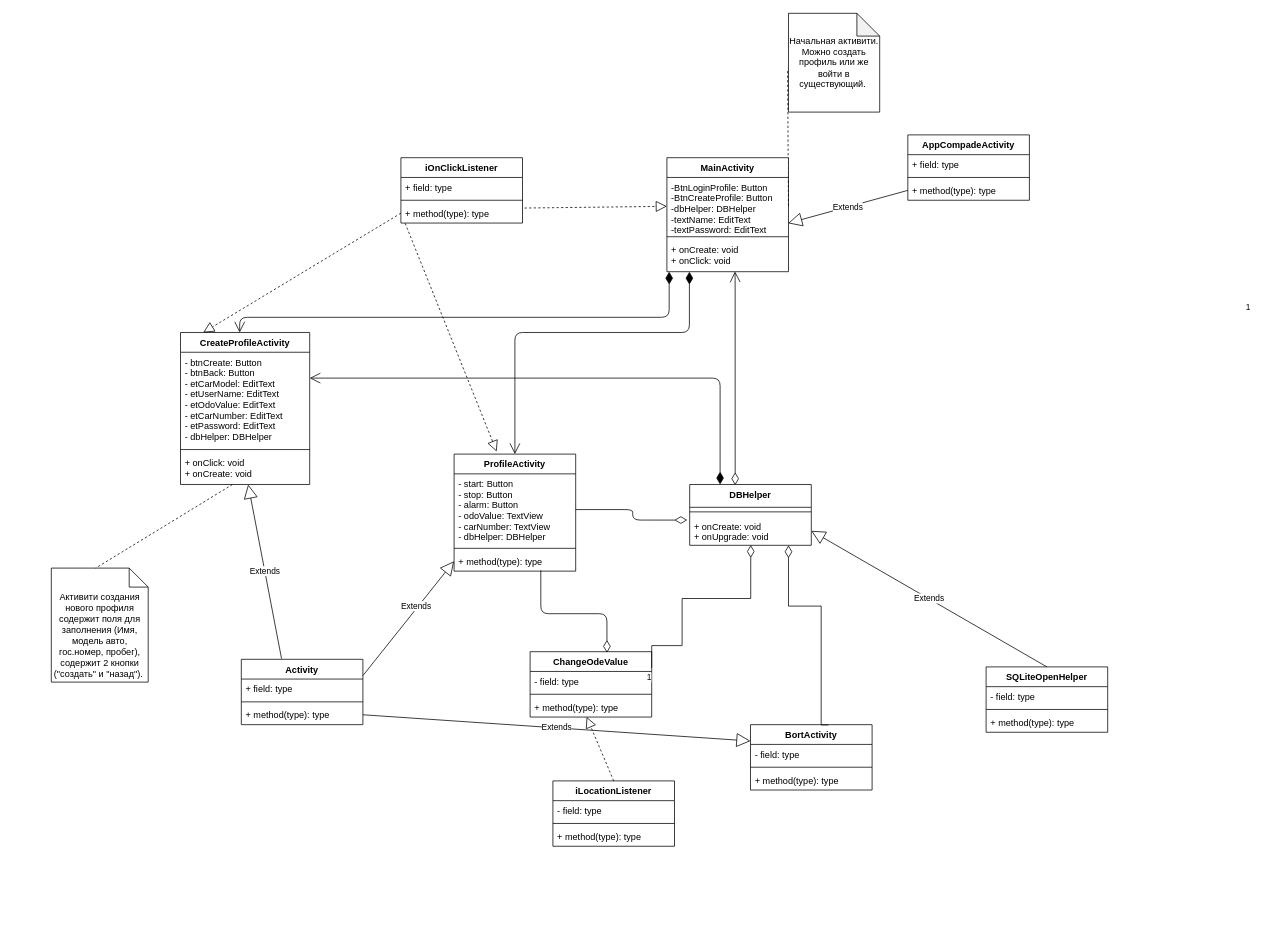
Earlier version of the draw.io diagram ClassDiagram.drawio (Ye11ow9896/Course_project). Source tidied: cells renumbered, new cells numbered last; positions are measured from the earlier drawing's top-left corner, leaving out a move shared by most shapes. Both pictures are drawn from the tidied source at 76%, with x=0, y=0 at pixel (51, 13).
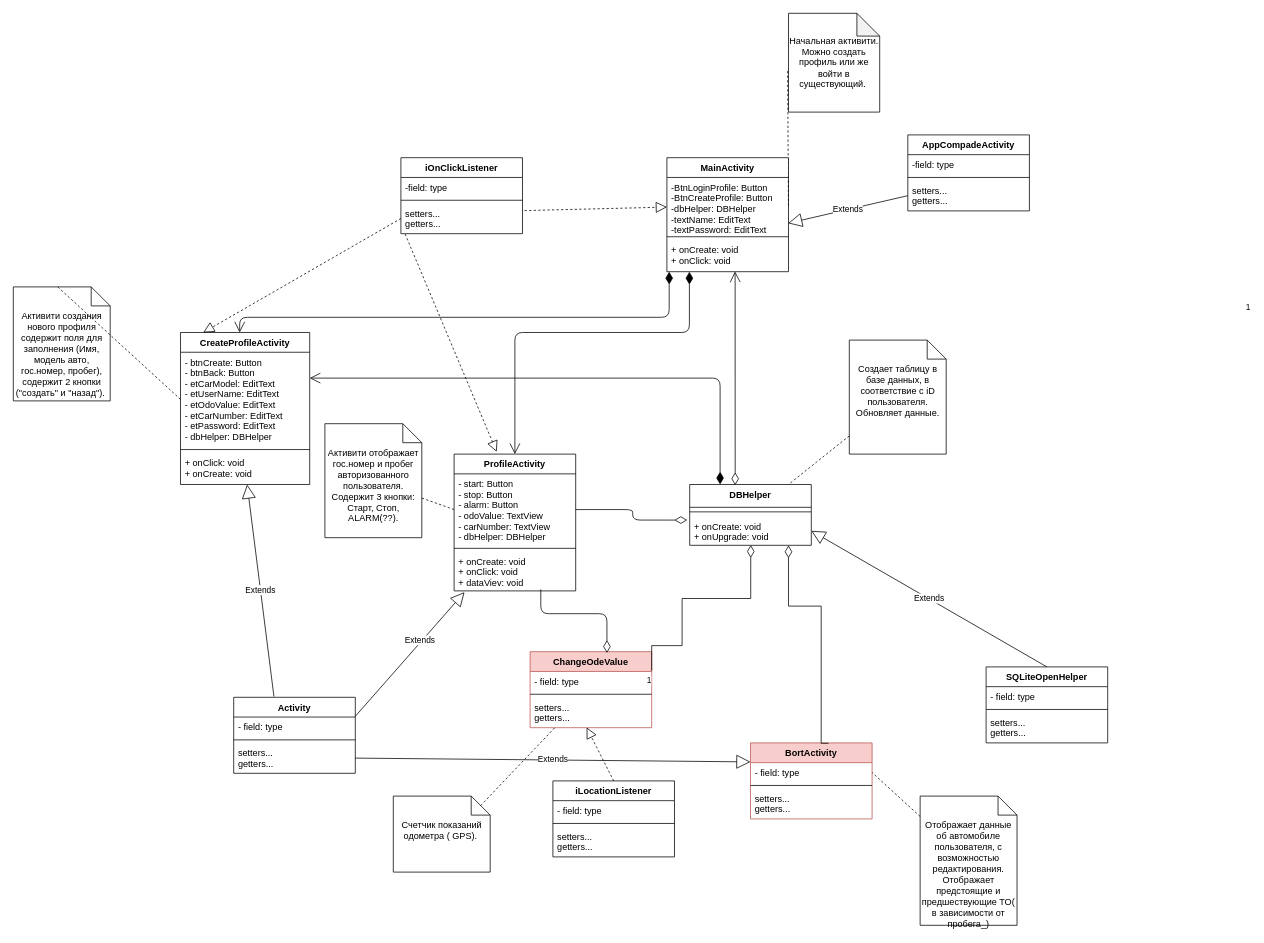
The same page after the edit.

The change refers to these unchanged cells:
```xml
<mxCell id="6" value="- start: Button&#10;- stop: Button&#10;- alarm: Button&#10;- odoValue: TextView&#10;- carNumber: TextView&#10;- dbHelper: DBHelper" style="text;strokeColor=none;fillColor=none;align=left;verticalAlign=top;spacingLeft=4;spacingRight=4;overflow=hidden;points=[[0,0.5],[1,0.5]];portConstraint=eastwest;" parent="5" vertex="1">
  <mxGeometry y="26" width="160" height="94" as="geometry" />
</mxCell>
<mxCell id="10" value="- btnCreate: Button&#10;- btnBack: Button&#10;- etCarModel: EditText&#10;- etUserName: EditText&#10;- etOdoValue: EditText&#10;- etCarNumber: EditText&#10;- etPassword: EditText&#10;- dbHelper: DBHelper" style="text;strokeColor=none;fillColor=none;align=left;verticalAlign=top;spacingLeft=4;spacingRight=4;overflow=hidden;points=[[0,0.5],[1,0.5]];portConstraint=eastwest;" parent="9" vertex="1">
  <mxGeometry y="26" width="170" height="124" as="geometry" />
</mxCell>
<mxCell id="12" value="+ onClick: void&#10;+ onCreate: void" style="text;strokeColor=none;fillColor=none;align=left;verticalAlign=top;spacingLeft=4;spacingRight=4;overflow=hidden;points=[[0,0.5],[1,0.5]];portConstraint=eastwest;" parent="9" vertex="1">
  <mxGeometry y="158" width="170" height="42" as="geometry" />
</mxCell>
<mxCell id="18" value="DBHelper" style="swimlane;fontStyle=1;align=center;verticalAlign=top;horizontal=1;startSize=30;" parent="1" vertex="1">
  <mxGeometry x="840" y="620" width="160" height="80" as="geometry" />
</mxCell>
<mxCell id="34" value="- field: type" style="text;strokeColor=none;fillColor=none;align=left;verticalAlign=top;spacingLeft=4;spacingRight=4;overflow=hidden;points=[[0,0.5],[1,0.5]];portConstraint=eastwest;" parent="33" vertex="1">
  <mxGeometry y="26" width="160" height="26" as="geometry" />
</mxCell>
```

The edit, as a diff of the source:
```diff
@@
     <mxCell id="5" value="ProfileActivity" style="swimlane;fontStyle=1;align=center;verticalAlign=top;horizontal=1;startSize=26;" parent="1" vertex="1">
-      <mxGeometry x="530" y="580" width="160" height="154" as="geometry" />
+      <mxGeometry x="530" y="580" width="160" height="180" as="geometry" />
     </mxCell>
@@
-    <mxCell id="8" value="+ method(type): type" style="text;strokeColor=none;fillColor=none;align=left;verticalAlign=top;spacingLeft=4;spacingRight=4;overflow=hidden;points=[[0,0.5],[1,0.5]];portConstraint=eastwest;" parent="5" vertex="1">
-      <mxGeometry y="128" width="160" height="26" as="geometry" />
+    <mxCell id="8" value="+ onCreate: void&#10;+ onClick: void&#10;+ dataViev: void" style="text;strokeColor=none;fillColor=none;align=left;verticalAlign=top;spacingLeft=4;spacingRight=4;overflow=hidden;points=[[0,0.5],[1,0.5]];portConstraint=eastwest;" parent="5" vertex="1">
+      <mxGeometry y="128" width="160" height="52" as="geometry" />
     </mxCell>
@@
     <mxCell id="21" value="Активити создания нового профиля содержит поля для заполнения (Имя, модель авто, гос.номер, пробег), содержит 2 кнопки (&quot;создать&quot; и &quot;назад&quot;).&amp;nbsp;" style="shape=note2;boundedLbl=1;whiteSpace=wrap;html=1;size=25;verticalAlign=top;align=center;" parent="1" vertex="1">
-      <mxGeometry y="730" width="127.5" height="150" as="geometry" />
+      <mxGeometry x="-50" y="360" width="127.5" height="150" as="geometry" />
     </mxCell>
-    <mxCell id="22" style="endArrow=none;dashed=1;html=1;entryX=0.458;entryY=0;entryDx=0;entryDy=0;entryPerimeter=0;exitX=0.402;exitY=1.001;exitDx=0;exitDy=0;exitPerimeter=0;" parent="1" edge="1" source="12" target="21">
+    <mxCell id="22" style="endArrow=none;dashed=1;html=1;entryX=0.458;entryY=0;entryDx=0;entryDy=0;entryPerimeter=0;exitX=0;exitY=0.5;exitDx=0;exitDy=0;" parent="1" edge="1" source="10" target="21">
       <mxGeometry relative="1" as="geometry" />
     </mxCell>
@@
-    <mxCell id="26" value="ChangeOdeValue" style="swimlane;fontStyle=1;align=center;verticalAlign=top;horizontal=1;startSize=26;" parent="1" vertex="1">
-      <mxGeometry x="630" y="840" width="160" height="86" as="geometry" />
+    <mxCell id="26" value="ChangeOdeValue" style="swimlane;fontStyle=1;align=center;verticalAlign=top;horizontal=1;startSize=26;fillColor=#f8cecc;strokeColor=#b85450;" parent="1" vertex="1">
+      <mxGeometry x="630" y="840" width="160" height="100" as="geometry" />
     </mxCell>
@@
-    <mxCell id="29" value="+ method(type): type" style="text;strokeColor=none;fillColor=none;align=left;verticalAlign=top;spacingLeft=4;spacingRight=4;overflow=hidden;points=[[0,0.5],[1,0.5]];portConstraint=eastwest;" parent="26" vertex="1">
-      <mxGeometry y="60" width="160" height="26" as="geometry" />
+    <mxCell id="29" value="setters...&#10;getters..." style="text;strokeColor=none;fillColor=none;align=left;verticalAlign=top;spacingLeft=4;spacingRight=4;overflow=hidden;points=[[0,0.5],[1,0.5]];portConstraint=eastwest;" parent="26" vertex="1">
+      <mxGeometry y="60" width="160" height="40" as="geometry" />
     </mxCell>
@@
-    <mxCell id="33" value="BortActivity" style="swimlane;fontStyle=1;align=center;verticalAlign=top;horizontal=1;startSize=26;" parent="1" vertex="1">
-      <mxGeometry x="920" y="936" width="160" height="86" as="geometry" />
+    <mxCell id="33" value="BortActivity" style="swimlane;fontStyle=1;align=center;verticalAlign=top;horizontal=1;startSize=26;fillColor=#f8cecc;strokeColor=#b85450;" parent="1" vertex="1">
+      <mxGeometry x="920" y="960" width="160" height="100" as="geometry" />
     </mxCell>
@@
-    <mxCell id="36" value="+ method(type): type" style="text;strokeColor=none;fillColor=none;align=left;verticalAlign=top;spacingLeft=4;spacingRight=4;overflow=hidden;" parent="33" vertex="1">
-      <mxGeometry y="60" width="160" height="26" as="geometry" />
+    <mxCell id="36" value="setters...&#10;getters..." style="text;strokeColor=none;fillColor=none;align=left;verticalAlign=top;spacingLeft=4;spacingRight=4;overflow=hidden;" parent="33" vertex="1">
+      <mxGeometry y="60" width="160" height="40" as="geometry" />
     </mxCell>
@@
     <mxCell id="38" value="Activity" style="swimlane;fontStyle=1;align=center;verticalAlign=top;horizontal=1;startSize=26;" parent="1" vertex="1">
-      <mxGeometry x="250" y="850" width="160" height="86" as="geometry" />
+      <mxGeometry x="240" y="900" width="160" height="100" as="geometry" />
     </mxCell>
-    <mxCell id="39" value="+ field: type" style="text;strokeColor=none;fillColor=none;align=left;verticalAlign=top;spacingLeft=4;spacingRight=4;overflow=hidden;" parent="38" vertex="1">
+    <mxCell id="39" value="- field: type" style="text;strokeColor=none;fillColor=none;align=left;verticalAlign=top;spacingLeft=4;spacingRight=4;overflow=hidden;" parent="38" vertex="1">
       <mxGeometry y="26" width="160" height="26" as="geometry" />
     </mxCell>
@@
-    <mxCell id="41" value="+ method(type): type" style="text;strokeColor=none;fillColor=none;align=left;verticalAlign=top;spacingLeft=4;spacingRight=4;overflow=hidden;points=[[0,0.5],[1,0.5]];portConstraint=eastwest;" parent="38" vertex="1">
-      <mxGeometry y="60" width="160" height="26" as="geometry" />
+    <mxCell id="41" value="setters...&#10;getters..." style="text;strokeColor=none;fillColor=none;align=left;verticalAlign=top;spacingLeft=4;spacingRight=4;overflow=hidden;points=[[0,0.5],[1,0.5]];portConstraint=eastwest;" parent="38" vertex="1">
+      <mxGeometry y="60" width="160" height="40" as="geometry" />
     </mxCell>
@@
-    <mxCell id="43" value="Extends" style="endArrow=block;endSize=16;endFill=0;html=1;entryX=0;entryY=0.5;entryDx=0;entryDy=0;rounded=0;exitX=1;exitY=0.25;exitDx=0;exitDy=0;" parent="1" edge="1" source="38" target="8">
+    <mxCell id="43" value="Extends" style="endArrow=block;endSize=16;endFill=0;html=1;entryX=0.086;entryY=1.032;entryDx=0;entryDy=0;rounded=0;exitX=1;exitY=0.25;exitDx=0;exitDy=0;entryPerimeter=0;" parent="1" edge="1" source="38" target="8">
       <mxGeometry x="0.2" y="2" relative="1" as="geometry" />
     </mxCell>
     <mxCell id="44" value="AppCompadeActivity" style="swimlane;fontStyle=1;align=center;verticalAlign=top;horizontal=1;startSize=26;" parent="1" vertex="1">
-      <mxGeometry x="1127" y="160" width="160" height="86" as="geometry" />
+      <mxGeometry x="1127" y="160" width="160" height="100" as="geometry" />
     </mxCell>
-    <mxCell id="45" value="+ field: type" style="text;strokeColor=none;fillColor=none;align=left;verticalAlign=top;spacingLeft=4;spacingRight=4;overflow=hidden;" parent="44" vertex="1">
+    <mxCell id="45" value="-field: type" style="text;strokeColor=none;fillColor=none;align=left;verticalAlign=top;spacingLeft=4;spacingRight=4;overflow=hidden;" parent="44" vertex="1">
       <mxGeometry y="26" width="160" height="26" as="geometry" />
     </mxCell>
@@
-    <mxCell id="47" value="+ method(type): type" style="text;strokeColor=none;fillColor=none;align=left;verticalAlign=top;spacingLeft=4;spacingRight=4;overflow=hidden;points=[[0,0.5],[1,0.5]];portConstraint=eastwest;" parent="44" vertex="1">
-      <mxGeometry y="60" width="160" height="26" as="geometry" />
+    <mxCell id="47" value="setters...&#10;getters..." style="text;strokeColor=none;fillColor=none;align=left;verticalAlign=top;spacingLeft=4;spacingRight=4;overflow=hidden;points=[[0,0.5],[1,0.5]];portConstraint=eastwest;" parent="44" vertex="1">
+      <mxGeometry y="60" width="160" height="40" as="geometry" />
     </mxCell>
@@
     <mxCell id="49" value="iOnClickListener" style="swimlane;fontStyle=1;align=center;verticalAlign=top;horizontal=1;startSize=26;" parent="1" vertex="1">
-      <mxGeometry x="460" y="190" width="160" height="86" as="geometry" />
+      <mxGeometry x="460" y="190" width="160" height="100" as="geometry" />
     </mxCell>
-    <mxCell id="50" value="+ field: type" style="text;strokeColor=none;fillColor=none;align=left;verticalAlign=top;spacingLeft=4;spacingRight=4;overflow=hidden;" parent="49" vertex="1">
+    <mxCell id="50" value="-field: type" style="text;strokeColor=none;fillColor=none;align=left;verticalAlign=top;spacingLeft=4;spacingRight=4;overflow=hidden;" parent="49" vertex="1">
       <mxGeometry y="26" width="160" height="26" as="geometry" />
     </mxCell>
@@
-    <mxCell id="52" value="+ method(type): type" style="text;strokeColor=none;fillColor=none;align=left;verticalAlign=top;spacingLeft=4;spacingRight=4;overflow=hidden;points=[[0,0.5],[1,0.5]];portConstraint=eastwest;" parent="49" vertex="1">
-      <mxGeometry y="60" width="160" height="26" as="geometry" />
+    <mxCell id="52" value="setters...&#10;getters..." style="text;strokeColor=none;fillColor=none;align=left;verticalAlign=top;spacingLeft=4;spacingRight=4;overflow=hidden;points=[[0,0.5],[1,0.5]];portConstraint=eastwest;" parent="49" vertex="1">
+      <mxGeometry y="60" width="160" height="40" as="geometry" />
     </mxCell>
@@
-    <mxCell id="54" style="endArrow=block;dashed=1;endFill=0;endSize=12;html=1;strokeWidth=1;entryX=0.35;entryY=-0.022;entryDx=0;entryDy=0;entryPerimeter=0;exitX=0.035;exitY=1.013;exitDx=0;exitDy=0;exitPerimeter=0;" parent="1" edge="1" source="52" target="5">
-      <mxGeometry relative="1" as="geometry" />
+    <mxCell id="54" style="endArrow=block;dashed=1;endFill=0;endSize=12;html=1;strokeWidth=1;exitX=0.035;exitY=1.013;exitDx=0;exitDy=0;exitPerimeter=0;" parent="1" edge="1" source="52">
+      <mxGeometry relative="1" as="geometry">
+        <mxPoint x="586" y="577" as="targetPoint" />
+      </mxGeometry>
     </mxCell>
@@
     <mxCell id="56" value="SQLiteOpenHelper" style="swimlane;fontStyle=1;align=center;verticalAlign=top;horizontal=1;startSize=26;" parent="1" vertex="1">
-      <mxGeometry x="1230" y="860" width="160" height="86" as="geometry" />
+      <mxGeometry x="1230" y="860" width="160" height="100" as="geometry" />
     </mxCell>
@@
-    <mxCell id="59" value="+ method(type): type" style="text;strokeColor=none;fillColor=none;align=left;verticalAlign=top;spacingLeft=4;spacingRight=4;overflow=hidden;" parent="56" vertex="1">
-      <mxGeometry y="60" width="160" height="26" as="geometry" />
+    <mxCell id="59" value="setters...&#10;getters..." style="text;strokeColor=none;fillColor=none;align=left;verticalAlign=top;spacingLeft=4;spacingRight=4;overflow=hidden;" parent="56" vertex="1">
+      <mxGeometry y="60" width="160" height="40" as="geometry" />
     </mxCell>
@@
     <mxCell id="61" value="iLocationListener" style="swimlane;fontStyle=1;align=center;verticalAlign=top;horizontal=1;startSize=26;" parent="1" vertex="1">
-      <mxGeometry x="660" y="1010" width="160" height="86" as="geometry" />
+      <mxGeometry x="660" y="1010" width="160" height="100" as="geometry" />
     </mxCell>
@@
-    <mxCell id="64" value="+ method(type): type" style="text;strokeColor=none;fillColor=none;align=left;verticalAlign=top;spacingLeft=4;spacingRight=4;overflow=hidden;" parent="61" vertex="1">
-      <mxGeometry y="60" width="160" height="26" as="geometry" />
+    <mxCell id="64" value="setters...&#10;getters..." style="text;strokeColor=none;fillColor=none;align=left;verticalAlign=top;spacingLeft=4;spacingRight=4;overflow=hidden;" parent="61" vertex="1">
+      <mxGeometry y="60" width="160" height="40" as="geometry" />
     </mxCell>
@@
+    <mxCell id="67" value="Активити отображает гос.номер и пробег авторизованного пользователя. Содержит 3 кнопки: Старт, Стоп, ALARM(??)." style="shape=note2;boundedLbl=1;whiteSpace=wrap;html=1;size=25;verticalAlign=top;align=center;" parent="1" vertex="1">
+      <mxGeometry x="360" y="540" width="127.5" height="150" as="geometry" />
+    </mxCell>
+    <mxCell id="68" style="endArrow=none;dashed=1;html=1;exitX=0;exitY=0.5;exitDx=0;exitDy=0;" parent="1" edge="1" source="6" target="67">
+      <mxGeometry relative="1" as="geometry" />
+    </mxCell>
+    <mxCell id="69" value="Создает таблицу в базе данных, в соответствие с iD пользователя.&lt;br&gt;Обновляет данные." style="shape=note2;boundedLbl=1;whiteSpace=wrap;html=1;size=25;verticalAlign=top;align=center;" parent="1" vertex="1">
+      <mxGeometry x="1050" y="430" width="127.5" height="150" as="geometry" />
+    </mxCell>
+    <mxCell id="70" style="endArrow=none;dashed=1;html=1;" parent="1" edge="1" source="69" target="18">
+      <mxGeometry relative="1" as="geometry" />
+    </mxCell>
+    <mxCell id="71" value="Отображает данные об автомобиле пользователя, с возможностью редактирования. Отображает предстоящие и предшествующие ТО( в зависимости от пробега_)" style="shape=note2;boundedLbl=1;whiteSpace=wrap;html=1;size=25;verticalAlign=top;align=center;" parent="1" vertex="1">
+      <mxGeometry x="1143.2" y="1030" width="127.5" height="170" as="geometry" />
+    </mxCell>
+    <mxCell id="72" style="endArrow=none;dashed=1;html=1;entryX=1;entryY=0.5;entryDx=0;entryDy=0;" parent="1" edge="1" source="71" target="34">
+      <mxGeometry relative="1" as="geometry" />
+    </mxCell>
+    <mxCell id="73" value="Счетчик показаний одометра ( GPS).&amp;nbsp;" style="shape=note2;boundedLbl=1;whiteSpace=wrap;html=1;size=25;verticalAlign=top;align=center;" parent="1" vertex="1">
+      <mxGeometry x="450" y="1030" width="127.5" height="100" as="geometry" />
+    </mxCell>
+    <mxCell id="74" style="endArrow=none;dashed=1;html=1;exitX=0;exitY=0;exitDx=115;exitDy=12.5;exitPerimeter=0;" parent="1" edge="1" source="73" target="26">
+      <mxGeometry relative="1" as="geometry" />
+    </mxCell>
```
